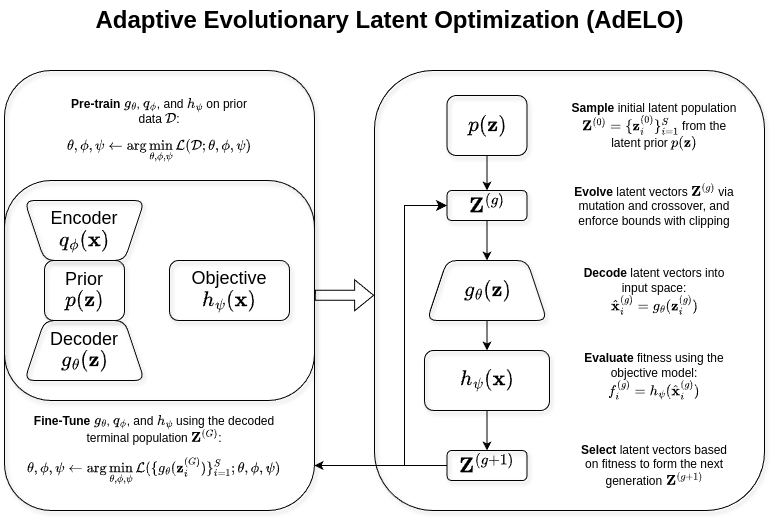
Above: figs/adelo.png in daniel-norouzi-m/adaptive-evolutionary-latent-optimization (draw.io), before the change. Source tidied: cells renumbered, new cells last; positions are measured from the earlier drawing's top-left corner, leaving out a move shared by most shapes.
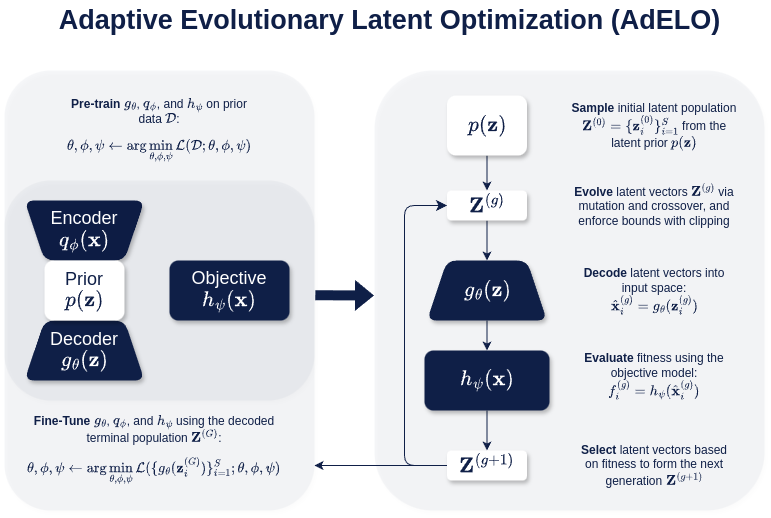
After the commit.

Change to the diagram source:
```diff
@@ -2,95 +2,97 @@
   <root>
     <mxCell id="0" />
     <mxCell id="1" parent="0" />
-    <mxCell id="2" style="rounded=1;whiteSpace=wrap;html=1;fillColor=none;glass=1;shadow=1;" parent="1" vertex="1">
+    <mxCell id="2" style="rounded=1;whiteSpace=wrap;html=1;fillColor=#445472;glass=0;shadow=1;strokeColor=none;opacity=5;" parent="1" vertex="1">
       <mxGeometry y="180" width="310" height="330" as="geometry" />
     </mxCell>
-    <mxCell id="3" style="rounded=1;whiteSpace=wrap;html=1;fillColor=none;glass=1;shadow=1;" parent="1" vertex="1">
+    <mxCell id="3" style="rounded=1;whiteSpace=wrap;html=1;fillColor=#445472;glass=0;shadow=1;strokeColor=none;opacity=5;" parent="1" vertex="1">
       <mxGeometry x="370" y="70" width="390" height="440" as="geometry" />
     </mxCell>
-    <mxCell id="4" style="rounded=1;whiteSpace=wrap;html=1;fillColor=none;glass=1;shadow=1;" parent="1" vertex="1">
+    <mxCell id="4" style="rounded=1;whiteSpace=wrap;html=1;fillColor=#445472;glass=0;shadow=1;strokeColor=none;opacity=5;" parent="1" vertex="1">
       <mxGeometry y="70" width="310" height="330" as="geometry" />
     </mxCell>
-    <mxCell id="5" value="&lt;div&gt;&lt;b&gt;Pre-train&lt;/b&gt; \(g_\theta\), \(q_\phi\), and \(h_\psi\) on prior data \(\mathcal{D}\):&lt;/div&gt;&lt;div&gt;$$\theta, \phi, \psi \leftarrow \arg \min_{\theta, \phi, \psi} \mathcal{L}(\mathcal{D}; \theta, \phi, \psi)$$&lt;/div&gt;" style="text;html=1;align=center;verticalAlign=middle;whiteSpace=wrap;rounded=0;" parent="1" vertex="1">
+    <mxCell id="5" value="&lt;div&gt;&lt;b&gt;Pre-train&lt;/b&gt; \(g_\theta\), \(q_\phi\), and \(h_\psi\) on prior data \(\mathcal{D}\):&lt;/div&gt;&lt;div&gt;$$\theta, \phi, \psi \leftarrow \arg \min_{\theta, \phi, \psi} \mathcal{L}(\mathcal{D}; \theta, \phi, \psi)$$&lt;/div&gt;" style="text;html=1;align=center;verticalAlign=middle;whiteSpace=wrap;rounded=0;fontColor=#0F1F47;" parent="1" vertex="1">
       <mxGeometry x="125" y="120" width="60" height="30" as="geometry" />
     </mxCell>
-    <mxCell id="6" value="&lt;b&gt;Sample&lt;/b&gt; initial latent population \(\mathbf{Z}^{(0)} = \{\mathbf{z}_i^{(0)}\}_{i=1}^{S}\) from the latent prior \(p(\mathbf{z})\)" style="text;html=1;align=center;verticalAlign=middle;whiteSpace=wrap;rounded=0;" parent="1" vertex="1">
+    <mxCell id="6" value="&lt;b&gt;Sample&lt;/b&gt; initial latent population \(\mathbf{Z}^{(0)} = \{\mathbf{z}_i^{(0)}\}_{i=1}^{S}\) from the latent prior \(p(\mathbf{z})\)" style="text;html=1;align=center;verticalAlign=middle;whiteSpace=wrap;rounded=0;fontColor=#0F1F47;" parent="1" vertex="1">
       <mxGeometry x="565" y="110" width="170" height="30" as="geometry" />
     </mxCell>
-    <mxCell id="7" value="&lt;b&gt;Decode&lt;/b&gt; latent vectors into input space: \(\hat{\mathbf{x}}_i^{(g)} = g_\theta(\mathbf{z}_i^{(g)})\)" style="text;html=1;align=center;verticalAlign=middle;whiteSpace=wrap;rounded=0;" parent="1" vertex="1">
+    <mxCell id="7" value="&lt;b&gt;Decode&lt;/b&gt; latent vectors into input space: \(\hat{\mathbf{x}}_i^{(g)} = g_\theta(\mathbf{z}_i^{(g)})\)" style="text;html=1;align=center;verticalAlign=middle;whiteSpace=wrap;rounded=0;fontColor=#0F1F47;" parent="1" vertex="1">
       <mxGeometry x="575" y="275" width="150" height="30" as="geometry" />
     </mxCell>
-    <mxCell id="8" value="&lt;b&gt;Evaluate&lt;/b&gt; fitness using the objective model: \(f_i^{(g)} = h_\psi(\hat{\mathbf{x}}_i^{(g)})\)" style="text;html=1;align=center;verticalAlign=middle;whiteSpace=wrap;rounded=0;" parent="1" vertex="1">
+    <mxCell id="8" value="&lt;b&gt;Evaluate&lt;/b&gt; fitness using the objective model: \(f_i^{(g)} = h_\psi(\hat{\mathbf{x}}_i^{(g)})\)" style="text;html=1;align=center;verticalAlign=middle;whiteSpace=wrap;rounded=0;fontColor=#0F1F47;" parent="1" vertex="1">
       <mxGeometry x="560" y="360" width="180" height="30" as="geometry" />
     </mxCell>
-    <mxCell id="9" value="&lt;b&gt;Select&lt;/b&gt; latent vectors based on fitness to form the next generation \(\mathbf{Z}^{(g+1)}\)" style="text;html=1;align=center;verticalAlign=middle;whiteSpace=wrap;rounded=0;" parent="1" vertex="1">
+    <mxCell id="9" value="&lt;b&gt;Select&lt;/b&gt; latent vectors based on fitness to form the next generation \(\mathbf{Z}^{(g+1)}\)" style="text;html=1;align=center;verticalAlign=middle;whiteSpace=wrap;rounded=0;fontColor=#0F1F47;" parent="1" vertex="1">
       <mxGeometry x="575" y="450" width="150" height="30" as="geometry" />
     </mxCell>
-    <mxCell id="10" value="&lt;b&gt;Evolve&lt;/b&gt; latent vectors \(\mathbf{Z}^{(g)}\) via mutation and crossover, and enforce bounds with clipping" style="text;html=1;align=center;verticalAlign=middle;whiteSpace=wrap;rounded=0;" parent="1" vertex="1">
+    <mxCell id="10" value="&lt;b&gt;Evolve&lt;/b&gt; latent vectors \(\mathbf{Z}^{(g)}\) via mutation and crossover, and enforce bounds with clipping" style="text;html=1;align=center;verticalAlign=middle;whiteSpace=wrap;rounded=0;fontColor=#0F1F47;" parent="1" vertex="1">
       <mxGeometry x="565" y="190" width="170" height="30" as="geometry" />
     </mxCell>
-    <mxCell id="11" value="&lt;div&gt;&lt;b&gt;Fine-Tune&lt;/b&gt;&amp;nbsp;\(g_\theta\), \(q_\phi\), and \(h_\psi\) using the decoded terminal population \(\mathbf{Z}^{(G)}\):&lt;/div&gt;&lt;div&gt;$$\theta, \phi, \psi \leftarrow \arg \min_{\theta, \phi, \psi} \mathcal{L}(\{ g_\theta(\mathbf{z}_i^{(G)}) \}_{i=1}^{S}; \theta, \phi, \psi)$$&lt;/div&gt;" style="text;html=1;align=center;verticalAlign=middle;whiteSpace=wrap;rounded=0;" parent="1" vertex="1">
+    <mxCell id="11" value="&lt;div&gt;&lt;b&gt;Fine-Tune&lt;/b&gt;&amp;nbsp;\(g_\theta\), \(q_\phi\), and \(h_\psi\) using the decoded terminal population \(\mathbf{Z}^{(G)}\):&lt;/div&gt;&lt;div&gt;$$\theta, \phi, \psi \leftarrow \arg \min_{\theta, \phi, \psi} \mathcal{L}(\{ g_\theta(\mathbf{z}_i^{(G)}) \}_{i=1}^{S}; \theta, \phi, \psi)$$&lt;/div&gt;" style="text;html=1;align=center;verticalAlign=middle;whiteSpace=wrap;rounded=0;fillColor=none;strokeColor=none;fontColor=#0F1F47;" parent="1" vertex="1">
       <mxGeometry x="100" y="430" width="100" height="50" as="geometry" />
     </mxCell>
-    <mxCell id="12" value="Decoder&lt;div&gt;\(g_\theta(\mathbf{z})\)&lt;/div&gt;" style="shape=trapezoid;perimeter=trapezoidPerimeter;whiteSpace=wrap;html=1;fixedSize=1;fillColor=none;rounded=1;shadow=1;fontSize=18;" parent="1" vertex="1">
+    <mxCell id="12" value="&lt;font color=&quot;#ffffff&quot;&gt;Decoder&lt;/font&gt;&lt;div&gt;&lt;font color=&quot;#ffffff&quot;&gt;\(g_\theta(\mathbf{z})\)&lt;/font&gt;&lt;/div&gt;" style="shape=trapezoid;perimeter=trapezoidPerimeter;whiteSpace=wrap;html=1;fixedSize=1;fillColor=#0f1f47;rounded=1;shadow=1;fontSize=18;strokeColor=none;gradientColor=none;" parent="1" vertex="1">
       <mxGeometry x="20" y="320" width="120" height="60" as="geometry" />
     </mxCell>
-    <mxCell id="13" style="shape=trapezoid;perimeter=trapezoidPerimeter;whiteSpace=wrap;html=1;fixedSize=1;fillColor=none;rotation=-180;rounded=1;shadow=1;" parent="1" vertex="1">
+    <mxCell id="13" style="shape=trapezoid;perimeter=trapezoidPerimeter;whiteSpace=wrap;html=1;fixedSize=1;fillColor=#0d1c44;rotation=-180;rounded=1;shadow=1;strokeColor=none;" parent="1" vertex="1">
       <mxGeometry x="20" y="200" width="120" height="60" as="geometry" />
     </mxCell>
-    <mxCell id="14" value="Prior&lt;div&gt;\(p(\mathbf{z})\)&lt;/div&gt;" style="rounded=1;whiteSpace=wrap;html=1;fillColor=none;gradientColor=none;shadow=1;glass=1;fontSize=18;" parent="1" vertex="1">
+    <mxCell id="14" value="&lt;font color=&quot;#0f1f47&quot;&gt;Prior&lt;/font&gt;&lt;div&gt;&lt;font color=&quot;#0f1f47&quot;&gt;\(p(\mathbf{z})\)&lt;/font&gt;&lt;/div&gt;" style="rounded=1;whiteSpace=wrap;html=1;shadow=1;glass=0;fontSize=18;strokeColor=none;" parent="1" vertex="1">
       <mxGeometry x="40" y="260" width="80" height="60" as="geometry" />
     </mxCell>
-    <mxCell id="15" value="Encoder&lt;div&gt;\(q_\phi(\mathbf{x})\)&lt;/div&gt;" style="text;html=1;align=center;verticalAlign=middle;whiteSpace=wrap;rounded=0;fontSize=18;" parent="1" vertex="1">
+    <mxCell id="15" value="&lt;font color=&quot;#ffffff&quot;&gt;Encoder&lt;/font&gt;&lt;div&gt;&lt;font color=&quot;#ffffff&quot;&gt;\(q_\phi(\mathbf{x})\)&lt;/font&gt;&lt;/div&gt;" style="text;html=1;align=center;verticalAlign=middle;whiteSpace=wrap;rounded=0;fontSize=18;" parent="1" vertex="1">
       <mxGeometry x="40" y="210" width="80" height="40" as="geometry" />
     </mxCell>
-    <mxCell id="16" value="Objective&lt;div&gt;\(h_\psi(\mathbf{x})\)&lt;/div&gt;" style="rounded=1;whiteSpace=wrap;html=1;fillColor=none;glass=1;shadow=1;fontSize=18;" parent="1" vertex="1">
+    <mxCell id="16" value="&lt;font color=&quot;#ffffff&quot;&gt;Objective&lt;/font&gt;&lt;div&gt;&lt;font color=&quot;#ffffff&quot;&gt;\(h_\psi(\mathbf{x})\)&lt;/font&gt;&lt;/div&gt;" style="rounded=1;whiteSpace=wrap;html=1;fillColor=#0f1f47;glass=0;shadow=1;fontSize=18;strokeColor=none;" parent="1" vertex="1">
       <mxGeometry x="165" y="260" width="120" height="60" as="geometry" />
     </mxCell>
-    <mxCell id="17" style="edgeStyle=orthogonalEdgeStyle;rounded=0;jettySize=auto;html=1;" parent="1" edge="1" source="18" target="24">
+    <mxCell id="17" style="edgeStyle=orthogonalEdgeStyle;rounded=0;jettySize=auto;html=1;strokeColor=#0F1F47;" parent="1" edge="1" source="18" target="24">
       <mxGeometry relative="1" as="geometry" />
     </mxCell>
-    <mxCell id="18" value="\(p(\mathbf{z})\)" style="rounded=1;whiteSpace=wrap;html=1;fillColor=none;gradientColor=none;shadow=1;glass=1;fontSize=18;" parent="1" vertex="1">
+    <mxCell id="18" value="&lt;font color=&quot;#0f1f47&quot;&gt;\(p(\mathbf{z})\)&lt;/font&gt;" style="rounded=1;whiteSpace=wrap;html=1;shadow=1;glass=0;fontSize=18;strokeColor=none;" parent="1" vertex="1">
       <mxGeometry x="442.5" y="95" width="80" height="60" as="geometry" />
     </mxCell>
-    <mxCell id="19" style="edgeStyle=orthogonalEdgeStyle;rounded=0;jettySize=auto;html=1;" parent="1" edge="1" source="20" target="22">
+    <mxCell id="19" style="edgeStyle=orthogonalEdgeStyle;rounded=0;jettySize=auto;html=1;strokeColor=#0F1F47;" parent="1" edge="1" source="20" target="22">
       <mxGeometry relative="1" as="geometry" />
     </mxCell>
-    <mxCell id="20" value="\(g_\theta(\mathbf{z})\)" style="shape=trapezoid;perimeter=trapezoidPerimeter;whiteSpace=wrap;html=1;fixedSize=1;fillColor=none;rounded=1;shadow=1;fontSize=18;" parent="1" vertex="1">
+    <mxCell id="20" value="&lt;font color=&quot;#ffffff&quot;&gt;\(g_\theta(\mathbf{z})\)&lt;/font&gt;" style="shape=trapezoid;perimeter=trapezoidPerimeter;whiteSpace=wrap;html=1;fixedSize=1;fillColor=#0F1F47;rounded=1;shadow=1;fontSize=18;strokeColor=none;" parent="1" vertex="1">
       <mxGeometry x="422.5" y="260" width="120" height="60" as="geometry" />
     </mxCell>
-    <mxCell id="21" style="edgeStyle=orthogonalEdgeStyle;rounded=0;jettySize=auto;html=1;" parent="1" edge="1" source="22" target="25">
+    <mxCell id="21" style="edgeStyle=orthogonalEdgeStyle;rounded=0;jettySize=auto;html=1;strokeColor=#0F1F47;" parent="1" edge="1" source="22" target="25">
       <mxGeometry relative="1" as="geometry" />
     </mxCell>
-    <mxCell id="22" value="\(h_\psi(\mathbf{x})\)" style="rounded=1;whiteSpace=wrap;html=1;fillColor=none;glass=1;shadow=1;fontSize=18;" parent="1" vertex="1">
+    <mxCell id="22" value="&lt;font color=&quot;#ffffff&quot;&gt;\(h_\psi(\mathbf{x})\)&lt;/font&gt;" style="rounded=1;whiteSpace=wrap;html=1;fillColor=#0F1F47;glass=0;shadow=1;fontSize=18;strokeColor=none;" parent="1" vertex="1">
       <mxGeometry x="420" y="350" width="125" height="60" as="geometry" />
     </mxCell>
-    <mxCell id="23" style="edgeStyle=orthogonalEdgeStyle;rounded=0;jettySize=auto;html=1;" parent="1" edge="1" source="24" target="20">
+    <mxCell id="23" style="edgeStyle=orthogonalEdgeStyle;rounded=0;jettySize=auto;html=1;strokeColor=#0F1F47;" parent="1" edge="1" source="24" target="20">
       <mxGeometry relative="1" as="geometry" />
     </mxCell>
-    <mxCell id="24" value="\(\mathbf{Z}^{(g)}\)" style="rounded=1;whiteSpace=wrap;html=1;fillColor=none;gradientColor=none;shadow=1;glass=1;fontSize=18;" parent="1" vertex="1">
+    <mxCell id="24" value="&lt;font color=&quot;#0f1f47&quot;&gt;\(\mathbf{Z}^{(g)}\)&lt;/font&gt;" style="rounded=1;whiteSpace=wrap;html=1;fillColor=#FFFFFF;gradientColor=none;shadow=1;glass=0;fontSize=18;strokeColor=none;" parent="1" vertex="1">
       <mxGeometry x="442.5" y="190" width="80" height="30" as="geometry" />
     </mxCell>
-    <mxCell id="25" value="\(\mathbf{Z}^{(g+1)}\)" style="rounded=1;whiteSpace=wrap;html=1;fillColor=none;gradientColor=none;shadow=1;glass=1;fontSize=18;" parent="1" vertex="1">
+    <mxCell id="25" value="&lt;font color=&quot;#0f1f47&quot;&gt;\(\mathbf{Z}^{(g+1)}\)&lt;/font&gt;" style="rounded=1;whiteSpace=wrap;html=1;fillColor=#FFFFFF;shadow=1;glass=0;fontSize=18;strokeColor=none;" parent="1" vertex="1">
       <mxGeometry x="442.5" y="450" width="80" height="30" as="geometry" />
     </mxCell>
-    <mxCell id="26" value="Adaptive Evolutionary Latent Optimization (AdELO)" style="text;strokeColor=none;fillColor=none;html=1;fontSize=24;fontStyle=1;verticalAlign=middle;align=center;" parent="1" vertex="1">
+    <mxCell id="26" value="&lt;font color=&quot;#0f1f47&quot; style=&quot;font-size: 27px;&quot;&gt;Adaptive Evolutionary Latent Optimization (AdELO)&lt;/font&gt;" style="text;strokeColor=none;fillColor=none;html=1;fontSize=24;fontStyle=1;verticalAlign=middle;align=center;" parent="1" vertex="1">
       <mxGeometry x="335" width="100" height="40" as="geometry" />
     </mxCell>
-    <mxCell id="27" style="edgeStyle=elbowEdgeStyle;elbow=horizontal;endArrow=classic;html=1;curved=0;rounded=0;endSize=8;startSize=8;exitX=0;exitY=0.5;exitDx=0;exitDy=0;entryX=0;entryY=0.5;entryDx=0;entryDy=0;" parent="1" edge="1" source="25" target="24">
+    <mxCell id="27" style="edgeStyle=elbowEdgeStyle;elbow=horizontal;endArrow=classic;html=1;curved=0;rounded=1;endSize=8;startSize=8;exitX=0;exitY=0.5;exitDx=0;exitDy=0;entryX=0;entryY=0.5;entryDx=0;entryDy=0;strokeColor=#0F1F47;" parent="1" edge="1" source="25" target="24">
       <mxGeometry relative="1" as="geometry">
         <Array as="points">
           <mxPoint x="400" y="320" />
         </Array>
       </mxGeometry>
     </mxCell>
-    <mxCell id="28" style="endArrow=classic;html=1;rounded=0;exitX=0;exitY=0.5;exitDx=0;exitDy=0;" parent="1" edge="1" source="25">
+    <mxCell id="28" style="endArrow=classic;html=1;rounded=0;exitX=0;exitY=0.5;exitDx=0;exitDy=0;strokeColor=#0F1F47;" parent="1" edge="1" source="25">
       <mxGeometry relative="1" as="geometry">
         <mxPoint x="310" y="465" as="targetPoint" />
       </mxGeometry>
     </mxCell>
-    <mxCell id="29" style="shape=flexArrow;endArrow=classic;html=1;rounded=0;entryX=-0.001;entryY=0.511;entryDx=0;entryDy=0;entryPerimeter=0;exitX=1.001;exitY=0.681;exitDx=0;exitDy=0;exitPerimeter=0;" parent="1" edge="1" source="4" target="3">
-      <mxGeometry relative="1" as="geometry" />
+    <mxCell id="29" style="shape=flexArrow;endArrow=classic;html=1;rounded=0;exitX=1.001;exitY=0.681;exitDx=0;exitDy=0;exitPerimeter=0;fillColor=#0F1F47;strokeColor=none;" parent="1" edge="1" source="4">
+      <mxGeometry relative="1" as="geometry">
+        <mxPoint x="370" y="295" as="targetPoint" />
+      </mxGeometry>
     </mxCell>
   </root>
 </mxGraphModel>
```
